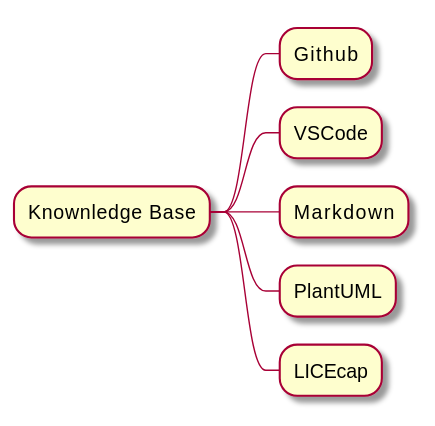
The PlantUML diagram PlantUML/out/project_wiki.svg in asuralhp/Test, before a commit.
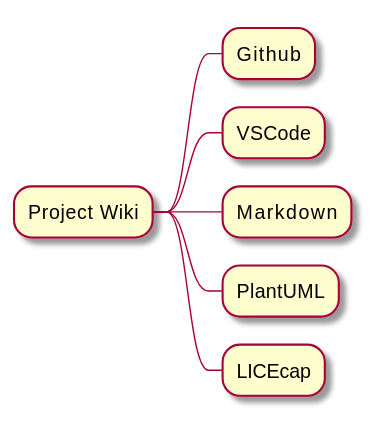
The same file after the commit.

Change to the diagram source:
```diff
@@ -1,5 +1,5 @@
 @startmindmap
-* Knownledge Base
+* Project Wiki
 ** Github
 ** VSCode
 ** Markdown
```
